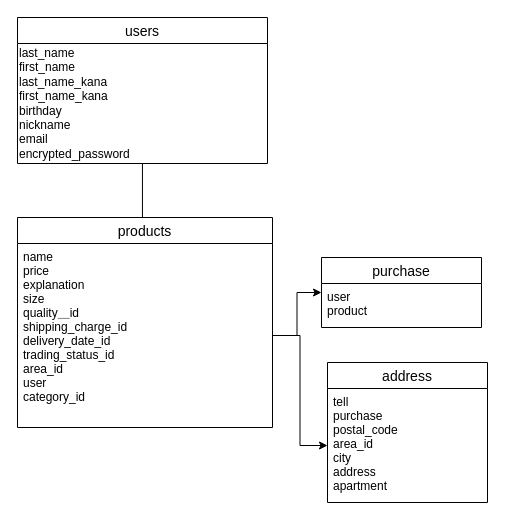
kousu0530/furima-29586 keeps this draw.io diagram as furima.dio. Above is the earlier version. Source tidied: cells renumbered, new cells numbered last; positions are measured from the earlier drawing's top-left corner, leaving out a move shared by most shapes. Both pictures are drawn from the tidied source at 100%, with x=0, y=0 at pixel (17, 17).
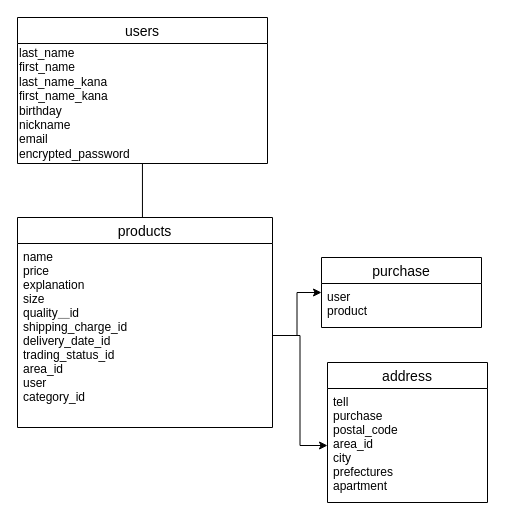
The same diagram, later.

Diff of the diagram source:
```diff
@@
 <mxGraphModel>
   <root>
     <mxCell id="0" />
     <mxCell id="1" parent="0" />
     <mxCell id="2" style="edgeStyle=orthogonalEdgeStyle;rounded=0;jettySize=auto;html=1;entryX=0.49;entryY=0.048;entryDx=0;entryDy=0;entryPerimeter=0;" parent="1" edge="1" source="3" target="6">
       <mxGeometry relative="1" as="geometry" />
     </mxCell>
     <mxCell id="3" value="users" style="swimlane;fontStyle=0;horizontal=1;startSize=26;align=center;fontSize=14;" parent="1" vertex="1">
       <mxGeometry width="250" height="146" as="geometry" />
     </mxCell>
     <mxCell id="4" value="last_name&amp;nbsp;&lt;br&gt;first_name&lt;br&gt;last_name_kana&lt;br&gt;first_name_kana&lt;br&gt;birthday&lt;br&gt;nickname&lt;br&gt;email&lt;br&gt;encrypted_password" style="text;html=1;align=left;verticalAlign=middle;" parent="3" vertex="1">
       <mxGeometry y="26" width="250" height="120" as="geometry" />
     </mxCell>
     <mxCell id="5" value="&lt;h1&gt;&lt;br&gt;&lt;/h1&gt;" style="text;html=1;align=center;verticalAlign=middle;" parent="1" vertex="1">
       <mxGeometry x="80" y="95" width="20" height="50" as="geometry" />
     </mxCell>
     <mxCell id="6" value="products" style="swimlane;fontStyle=0;horizontal=1;startSize=26;align=center;fontSize=14;strokeWidth=1;" parent="1" vertex="1">
       <mxGeometry y="200" width="255" height="210" as="geometry" />
     </mxCell>
     <mxCell id="7" value="name&#10;price&#10;explanation&#10;size&#10;quality＿id&#10;shipping_charge_id&#10;delivery_date_id&#10;trading_status_id&#10;area_id&#10;user&#10;category_id&#10;" style="text;strokeColor=none;fillColor=none;spacingLeft=4;spacingRight=4;overflow=hidden;points=[[0,0.5],[1,0.5]];portConstraint=eastwest;fontSize=12;" parent="6" vertex="1">
       <mxGeometry y="26" width="255" height="184" as="geometry" />
     </mxCell>
     <mxCell id="8" value="purchase" style="swimlane;fontStyle=0;horizontal=1;startSize=26;align=center;fontSize=14;strokeWidth=1;" parent="1" vertex="1">
       <mxGeometry x="304" y="240" width="160" height="70" as="geometry" />
     </mxCell>
     <mxCell id="9" value="user&#10;product" style="text;strokeColor=none;fillColor=none;spacingLeft=4;spacingRight=4;overflow=hidden;fontSize=12;" parent="8" vertex="1">
       <mxGeometry y="26" width="160" height="44" as="geometry" />
     </mxCell>
     <mxCell id="10" style="edgeStyle=orthogonalEdgeStyle;rounded=0;jettySize=auto;html=1;exitX=1;exitY=0.5;exitDx=0;exitDy=0;entryX=0;entryY=0.5;entryDx=0;entryDy=0;" parent="1" edge="1" source="7" target="8">
       <mxGeometry relative="1" as="geometry" />
     </mxCell>
     <mxCell id="11" value="address" style="swimlane;fontStyle=0;horizontal=1;startSize=26;align=center;fontSize=14;strokeWidth=1;" parent="1" vertex="1">
       <mxGeometry x="310" y="345" width="160" height="140" as="geometry" />
     </mxCell>
-    <mxCell id="12" value="tell&#10;purchase&#10;postal_code&#10;area_id&#10;city&#10;address&#10;apartment" style="text;strokeColor=none;fillColor=none;spacingLeft=4;spacingRight=4;overflow=hidden;points=[[0,0.5],[1,0.5]];portConstraint=eastwest;fontSize=12;" parent="11" vertex="1">
+    <mxCell id="12" value="tell&#10;purchase&#10;postal_code&#10;area_id&#10;city&#10;prefectures&#10;apartment" style="text;strokeColor=none;fillColor=none;spacingLeft=4;spacingRight=4;overflow=hidden;points=[[0,0.5],[1,0.5]];portConstraint=eastwest;fontSize=12;" parent="11" vertex="1">
       <mxGeometry y="26" width="160" height="114" as="geometry" />
     </mxCell>
     <mxCell id="13" style="edgeStyle=orthogonalEdgeStyle;rounded=0;jettySize=auto;html=1;exitX=1;exitY=0.5;exitDx=0;exitDy=0;" parent="1" edge="1" source="7" target="12">
       <mxGeometry relative="1" as="geometry" />
     </mxCell>
   </root>
 </mxGraphModel>
```
